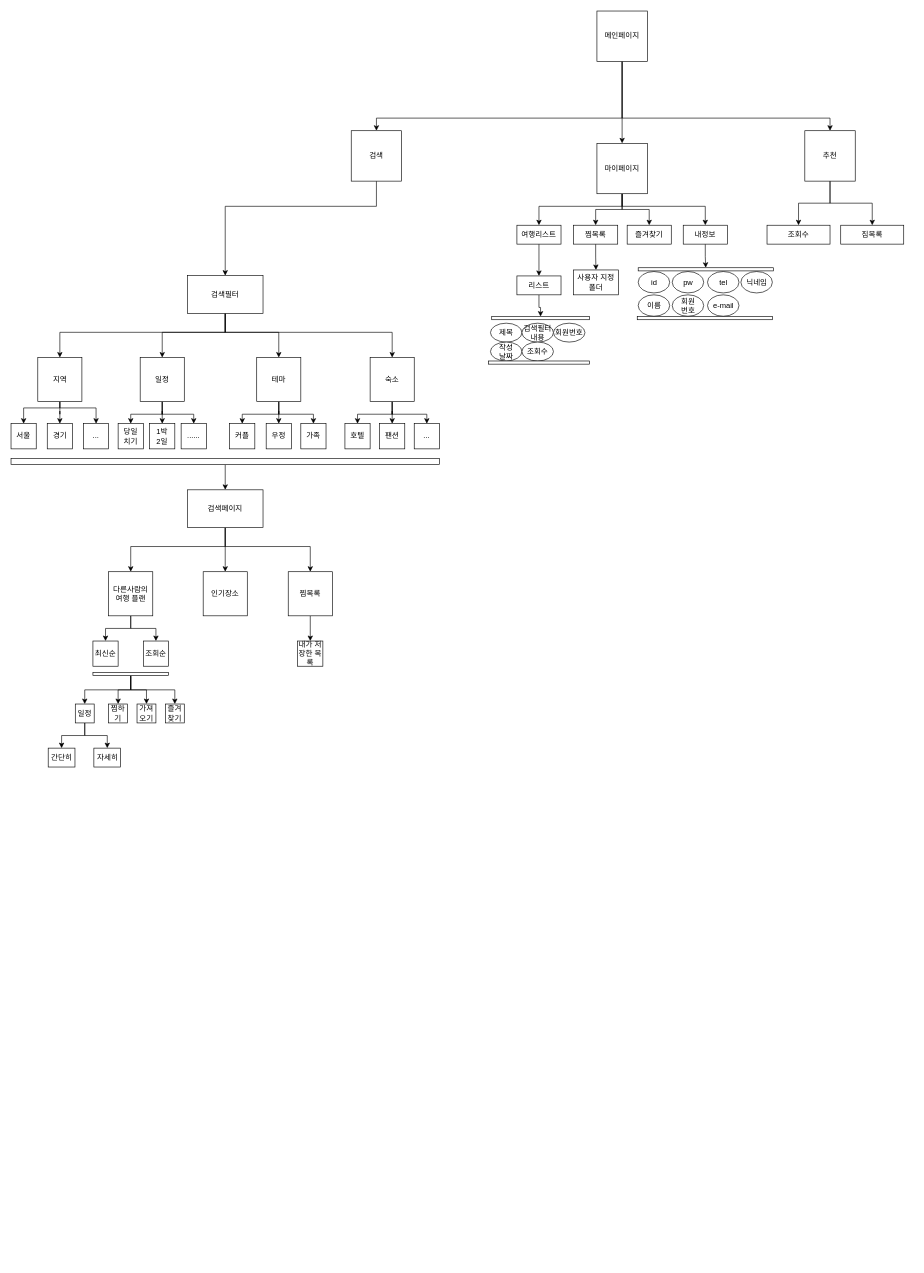
Before: study.drawio in shienka07/DB_study, a draw.io diagram. Source tidied: cells renumbered, new cells numbered last; positions are measured from the earlier drawing's top-left corner, leaving out a move shared by most shapes. Both pictures are drawn from the tidied source at 63%, with x=0, y=0 at pixel (11, 11).
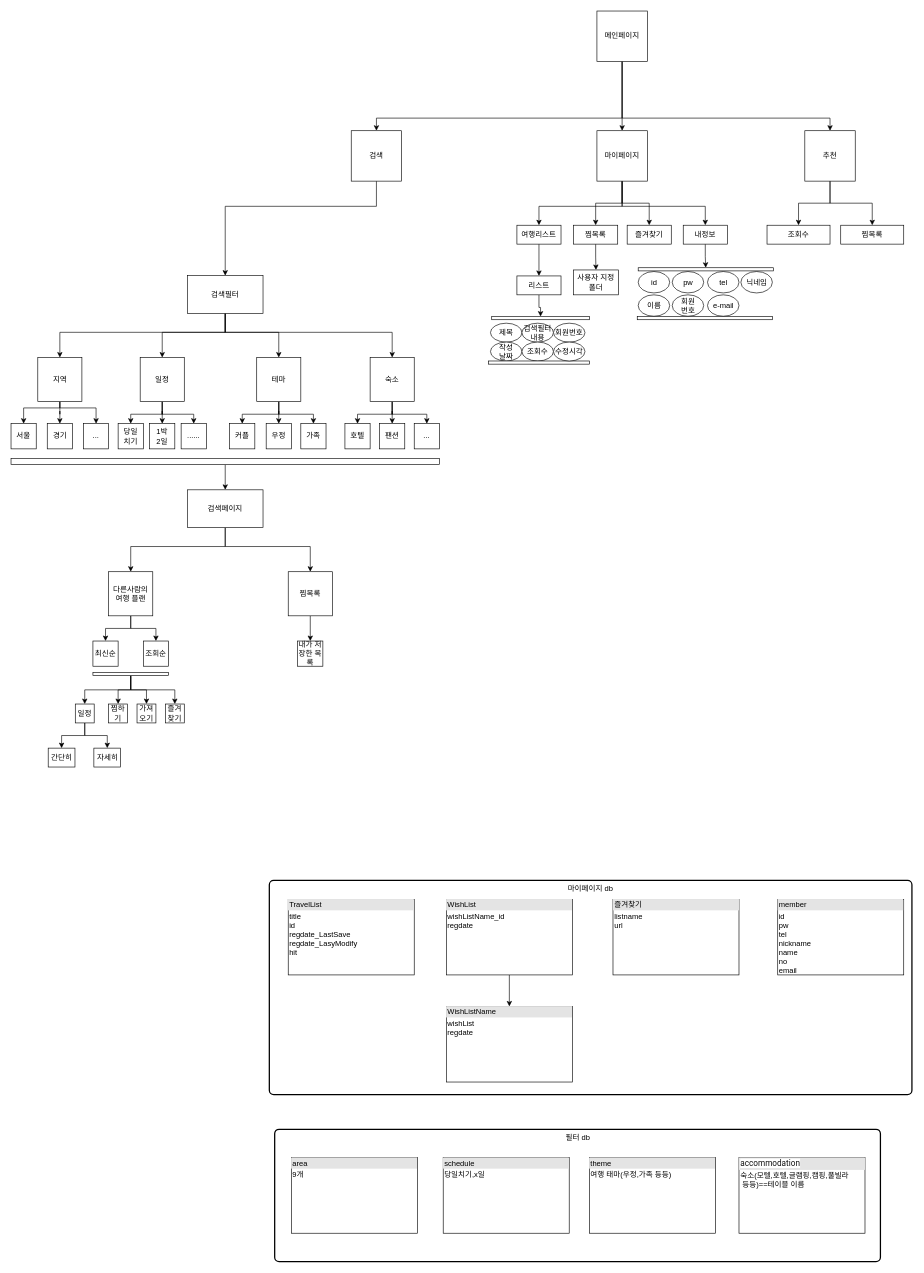
After the change.

Unchanged cells that the change refers to:
```xml
<mxCell id="42" value="검색페이지" style="rounded=0;whiteSpace=wrap;html=1;" parent="1" vertex="1">
  <mxGeometry x="280" y="760" width="120" height="60" as="geometry" />
</mxCell>
```

What changed in the source:
```diff
@@
-    <mxCell id="40" style="edgeStyle=orthogonalEdgeStyle;rounded=0;jettySize=auto;html=1;" parent="1" edge="1" source="42" target="46">
-      <mxGeometry relative="1" as="geometry">
-        <Array as="points">
-          <mxPoint x="340" y="880" />
-          <mxPoint x="340" y="880" />
-        </Array>
-      </mxGeometry>
-    </mxCell>
@@
-    <mxCell id="46" value="인기장소" style="whiteSpace=wrap;html=1;" parent="1" vertex="1">
-      <mxGeometry x="305" y="890" width="70" height="70" as="geometry" />
-    </mxCell>
@@
     <mxCell id="76" value="마이페이지" style="whiteSpace=wrap;html=1;" parent="1" vertex="1">
-      <mxGeometry x="930" y="210" width="80" height="80" as="geometry" />
+      <mxGeometry x="930" y="190" width="80" height="80" as="geometry" />
     </mxCell>
@@
-    <mxCell id="94" value="짐목록" style="rounded=0;whiteSpace=wrap;html=1;" parent="1" vertex="1">
+    <mxCell id="94" value="찜목록" style="rounded=0;whiteSpace=wrap;html=1;" parent="1" vertex="1">
       <mxGeometry x="1317" y="340" width="100" height="30" as="geometry" />
     </mxCell>
@@
+    <mxCell id="105" value="수정시각" style="ellipse;whiteSpace=wrap;html=1;" parent="1" vertex="1">
+      <mxGeometry x="861" y="525.5" width="50" height="30" as="geometry" />
+    </mxCell>
+    <mxCell id="106" value="마이페이지 db" style="rounded=1;whiteSpace=wrap;html=1;absoluteArcSize=1;arcSize=14;strokeWidth=2;verticalAlign=top;" parent="1" vertex="1">
+      <mxGeometry x="410" y="1380" width="1020" height="340" as="geometry" />
+    </mxCell>
+    <mxCell id="107" value="&lt;div style=&quot;box-sizing: border-box ; width: 100% ; background: #e4e4e4 ; padding: 2px&quot;&gt;TravelList&lt;/div&gt;&lt;table style=&quot;width: 100% ; font-size: 1em&quot; cellpadding=&quot;2&quot; cellspacing=&quot;0&quot;&gt;&lt;tbody&gt;&lt;tr&gt;&lt;td&gt;title&lt;br&gt;id&lt;br&gt;regdate_LastSave&lt;br&gt;regdate_LasyModify&lt;br&gt;hit&lt;/td&gt;&lt;td&gt;&lt;/td&gt;&lt;/tr&gt;&lt;/tbody&gt;&lt;/table&gt;" style="verticalAlign=top;align=left;overflow=fill;html=1;" parent="1" vertex="1">
+      <mxGeometry x="440" y="1410" width="200" height="120" as="geometry" />
+    </mxCell>
+    <mxCell id="108" value="&lt;div style=&quot;box-sizing: border-box ; width: 100% ; background: #e4e4e4 ; padding: 2px&quot;&gt;member&lt;/div&gt;&lt;table style=&quot;width: 100% ; font-size: 1em&quot; cellpadding=&quot;2&quot; cellspacing=&quot;0&quot;&gt;&lt;tbody&gt;&lt;tr&gt;&lt;td&gt;id&lt;span style=&quot;white-space: pre&quot;&gt; &lt;/span&gt;&lt;br&gt;pw&lt;br&gt;tel&lt;br&gt;nickname&lt;br&gt;name&lt;br&gt;no&lt;br&gt;email&lt;/td&gt;&lt;td&gt;&lt;/td&gt;&lt;/tr&gt;&lt;/tbody&gt;&lt;/table&gt;" style="verticalAlign=top;align=left;overflow=fill;html=1;" parent="1" vertex="1">
+      <mxGeometry x="1217" y="1410" width="200" height="120" as="geometry" />
+    </mxCell>
+    <mxCell id="109" value="&lt;div style=&quot;box-sizing: border-box ; width: 100% ; background: #e4e4e4 ; padding: 2px&quot;&gt;즐겨찾기&lt;/div&gt;&lt;table style=&quot;width: 100% ; font-size: 1em&quot; cellpadding=&quot;2&quot; cellspacing=&quot;0&quot;&gt;&lt;tbody&gt;&lt;tr&gt;&lt;td&gt;listname&lt;br&gt;url&lt;/td&gt;&lt;td&gt;&lt;/td&gt;&lt;/tr&gt;&lt;/tbody&gt;&lt;/table&gt;" style="verticalAlign=top;align=left;overflow=fill;html=1;" parent="1" vertex="1">
+      <mxGeometry x="955.5" y="1410" width="200" height="120" as="geometry" />
+    </mxCell>
+    <mxCell id="110" style="edgeStyle=orthogonalEdgeStyle;rounded=0;jettySize=auto;html=1;entryX=0.5;entryY=0;entryDx=0;entryDy=0;" parent="1" edge="1" source="111" target="112">
+      <mxGeometry relative="1" as="geometry" />
+    </mxCell>
+    <mxCell id="111" value="&lt;div style=&quot;box-sizing: border-box ; width: 100% ; background: #e4e4e4 ; padding: 2px&quot;&gt;WishList&lt;/div&gt;&lt;table style=&quot;width: 100% ; font-size: 1em&quot; cellpadding=&quot;2&quot; cellspacing=&quot;0&quot;&gt;&lt;tbody&gt;&lt;tr&gt;&lt;td&gt;wishListName_id&lt;br&gt;regdate&lt;br&gt;&lt;/td&gt;&lt;td&gt;&lt;/td&gt;&lt;/tr&gt;&lt;/tbody&gt;&lt;/table&gt;" style="verticalAlign=top;align=left;overflow=fill;html=1;" parent="1" vertex="1">
+      <mxGeometry x="691" y="1410" width="200" height="120" as="geometry" />
+    </mxCell>
+    <mxCell id="112" value="&lt;div style=&quot;box-sizing: border-box ; width: 100% ; background: #e4e4e4 ; padding: 2px&quot;&gt;WishListName&lt;/div&gt;&lt;table style=&quot;width: 100% ; font-size: 1em&quot; cellpadding=&quot;2&quot; cellspacing=&quot;0&quot;&gt;&lt;tbody&gt;&lt;tr&gt;&lt;td&gt;wishList&lt;br&gt;regdate&lt;/td&gt;&lt;td&gt;&lt;/td&gt;&lt;/tr&gt;&lt;/tbody&gt;&lt;/table&gt;" style="verticalAlign=top;align=left;overflow=fill;html=1;" parent="1" vertex="1">
+      <mxGeometry x="691" y="1580" width="200" height="120" as="geometry" />
+    </mxCell>
+    <mxCell id="113" value="필터 db" style="rounded=1;whiteSpace=wrap;html=1;absoluteArcSize=1;arcSize=14;strokeWidth=2;verticalAlign=top;" parent="1" vertex="1">
+      <mxGeometry x="418.5" y="1775" width="961.5" height="210" as="geometry" />
+    </mxCell>
+    <mxCell id="114" value="&lt;div style=&quot;box-sizing: border-box ; width: 100% ; background: #e4e4e4 ; padding: 2px&quot;&gt;area&lt;/div&gt;&lt;table style=&quot;width: 100% ; font-size: 1em&quot; cellpadding=&quot;2&quot; cellspacing=&quot;0&quot;&gt;&lt;tbody&gt;&lt;tr&gt;&lt;td&gt;9개&lt;/td&gt;&lt;td&gt;&lt;/td&gt;&lt;/tr&gt;&lt;/tbody&gt;&lt;/table&gt;" style="verticalAlign=top;align=left;overflow=fill;html=1;" parent="1" vertex="1">
+      <mxGeometry x="445" y="1820" width="200" height="120" as="geometry" />
+    </mxCell>
+    <mxCell id="115" value="&lt;div style=&quot;box-sizing: border-box ; width: 100% ; background: #e4e4e4 ; padding: 2px&quot;&gt;schedule&lt;/div&gt;&lt;table style=&quot;width: 100% ; font-size: 1em&quot; cellpadding=&quot;2&quot; cellspacing=&quot;0&quot;&gt;&lt;tbody&gt;&lt;tr&gt;&lt;td&gt;당일치기,x일&lt;/td&gt;&lt;td&gt;&lt;/td&gt;&lt;/tr&gt;&lt;/tbody&gt;&lt;/table&gt;" style="verticalAlign=top;align=left;overflow=fill;html=1;" parent="1" vertex="1">
+      <mxGeometry x="686" y="1820" width="200" height="120" as="geometry" />
+    </mxCell>
+    <mxCell id="116" value="&lt;div style=&quot;box-sizing: border-box ; width: 100% ; background: #e4e4e4 ; padding: 2px&quot;&gt;theme&lt;/div&gt;&lt;table style=&quot;width: 100% ; font-size: 1em&quot; cellpadding=&quot;2&quot; cellspacing=&quot;0&quot;&gt;&lt;tbody&gt;&lt;tr&gt;&lt;td&gt;여행 태마(우정,가족 등등)&lt;/td&gt;&lt;td&gt;&lt;/td&gt;&lt;/tr&gt;&lt;/tbody&gt;&lt;/table&gt;" style="verticalAlign=top;align=left;overflow=fill;html=1;" parent="1" vertex="1">
+      <mxGeometry x="918" y="1820" width="200" height="120" as="geometry" />
+    </mxCell>
+    <mxCell id="117" value="&lt;div style=&quot;box-sizing: border-box ; width: 100% ; background: #e4e4e4 ; padding: 2px&quot;&gt;&lt;span style=&quot;color: rgb(17 , 17 , 17) ; font-family: &amp;#34;roboto&amp;#34; , &amp;#34;helvetica&amp;#34; , sans-serif ; font-size: 13px ; background-color: rgb(255 , 255 , 255)&quot;&gt;accommodation&lt;/span&gt;&lt;br&gt;&lt;/div&gt;&lt;table style=&quot;width: 100% ; font-size: 1em&quot; cellpadding=&quot;2&quot; cellspacing=&quot;0&quot;&gt;&lt;tbody&gt;&lt;tr&gt;&lt;td&gt;숙소(모텔,호텔,글램핑,캠핑,풀빌라&lt;br&gt;&amp;nbsp;등등)==테이블 이름&lt;/td&gt;&lt;td&gt;&lt;/td&gt;&lt;/tr&gt;&lt;/tbody&gt;&lt;/table&gt;" style="verticalAlign=top;align=left;overflow=fill;html=1;" parent="1" vertex="1">
+      <mxGeometry x="1155.5" y="1820" width="200" height="120" as="geometry" />
+    </mxCell>
```
